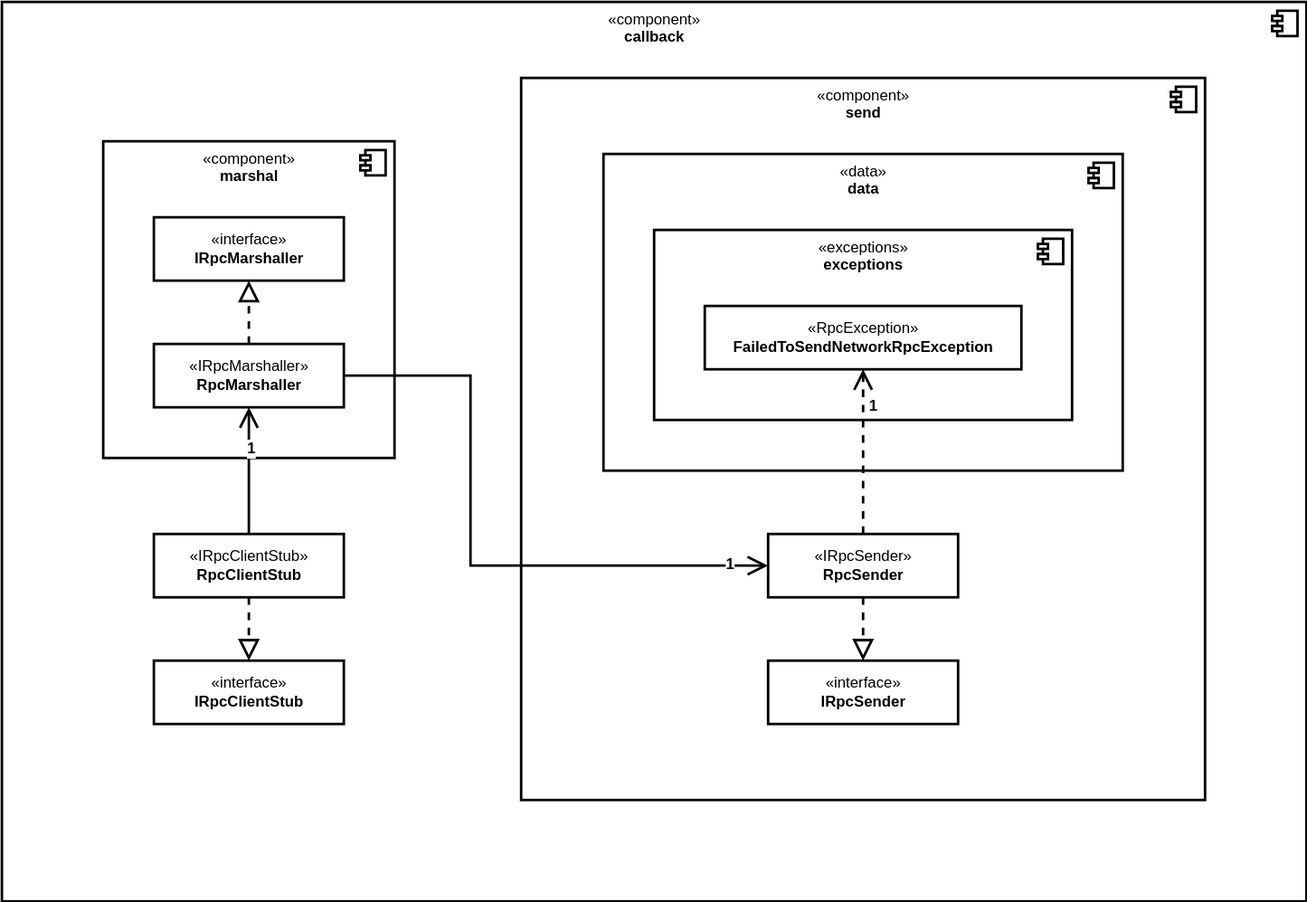
Earlier version of the draw.io export docs/middleware/diagrams/ClientStubClassDiagram.drawio.svg (HaniAlshikh/tron). Source tidied: cells renumbered, new cells last; positions are measured from the earlier drawing's top-left corner, leaving out a move shared by most shapes.
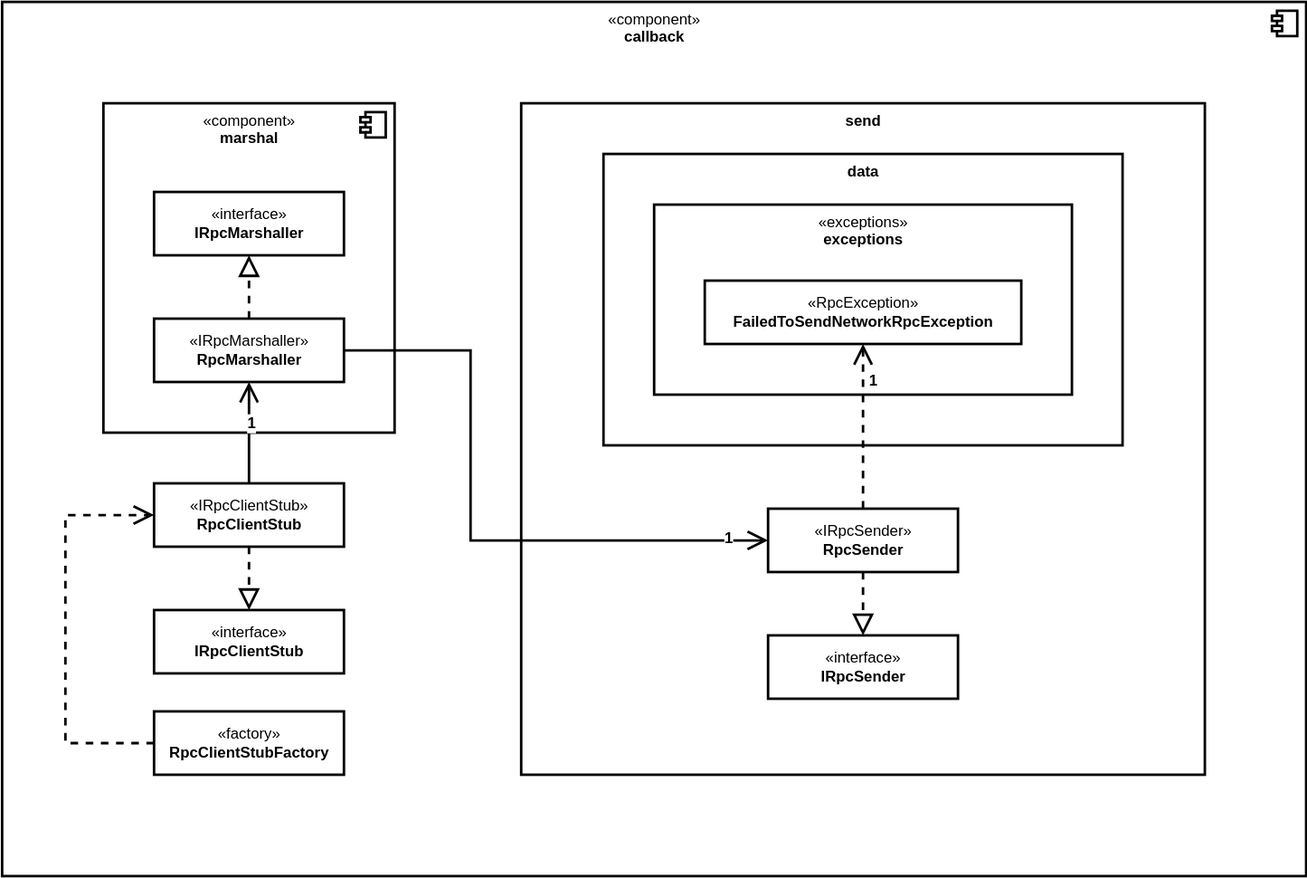
Later version of the same file.

What changed in the source:
```diff
@@ -3,42 +3,27 @@
     <mxCell id="0" />
     <mxCell id="1" parent="0" />
     <mxCell id="2" value="«component»&lt;b&gt;&lt;br&gt;callback&lt;/b&gt;" style="html=1;strokeWidth=2;align=center;verticalAlign=top;" parent="1" vertex="1">
-      <mxGeometry width="1030" height="710" as="geometry" />
+      <mxGeometry y="20" width="1030" height="690" as="geometry" />
     </mxCell>
     <mxCell id="3" style="shape=module;jettyWidth=8;jettyHeight=4;strokeWidth=2;align=center;verticalAlign=middle;" parent="2" vertex="1">
       <mxGeometry x="1" width="20" height="20" relative="1" as="geometry">
         <mxPoint x="-27" y="7" as="offset" />
       </mxGeometry>
     </mxCell>
-    <mxCell id="4" value="«component»&lt;br&gt;&lt;b&gt;send&lt;br&gt;&lt;/b&gt;" style="html=1;strokeWidth=2;align=center;verticalAlign=top;" parent="1" vertex="1">
-      <mxGeometry x="410" y="60" width="540" height="570" as="geometry" />
+    <mxCell id="4" value="&lt;b&gt;send&lt;br&gt;&lt;/b&gt;" style="html=1;strokeWidth=2;align=center;verticalAlign=top;" parent="1" vertex="1">
+      <mxGeometry x="410" y="100" width="540" height="530" as="geometry" />
     </mxCell>
-    <mxCell id="5" style="shape=module;jettyWidth=8;jettyHeight=4;strokeWidth=2;align=center;verticalAlign=middle;" parent="4" vertex="1">
-      <mxGeometry x="1" width="20" height="20" relative="1" as="geometry">
-        <mxPoint x="-27" y="7" as="offset" />
-      </mxGeometry>
-    </mxCell>
-    <mxCell id="6" value="«data»&lt;br&gt;&lt;b&gt;data&lt;br&gt;&lt;/b&gt;" style="html=1;strokeWidth=2;align=center;verticalAlign=top;" parent="1" vertex="1">
-      <mxGeometry x="475" y="120" width="410" height="250" as="geometry" />
+    <mxCell id="6" value="&lt;b&gt;data&lt;br&gt;&lt;/b&gt;" style="html=1;strokeWidth=2;align=center;verticalAlign=top;" parent="1" vertex="1">
+      <mxGeometry x="475" y="140" width="410" height="230" as="geometry" />
     </mxCell>
-    <mxCell id="7" style="shape=module;jettyWidth=8;jettyHeight=4;strokeWidth=2;align=center;verticalAlign=middle;" parent="6" vertex="1">
-      <mxGeometry x="1" width="20" height="20" relative="1" as="geometry">
-        <mxPoint x="-27" y="7" as="offset" />
-      </mxGeometry>
-    </mxCell>
     <mxCell id="8" value="«exceptions»&lt;br&gt;&lt;b&gt;exceptions&lt;br&gt;&lt;/b&gt;" style="html=1;strokeWidth=2;align=center;verticalAlign=top;" parent="1" vertex="1">
       <mxGeometry x="515" y="180" width="330" height="150" as="geometry" />
     </mxCell>
-    <mxCell id="9" style="shape=module;jettyWidth=8;jettyHeight=4;strokeWidth=2;align=center;verticalAlign=middle;" parent="8" vertex="1">
-      <mxGeometry x="1" width="20" height="20" relative="1" as="geometry">
-        <mxPoint x="-27" y="7" as="offset" />
-      </mxGeometry>
-    </mxCell>
     <mxCell id="10" value="«RpcException»&lt;br&gt;&lt;b&gt;FailedToSendNetworkRpcException&lt;/b&gt;" style="html=1;strokeWidth=2;" parent="1" vertex="1">
       <mxGeometry x="555" y="240" width="250" height="50" as="geometry" />
     </mxCell>
     <mxCell id="11" value="«component»&lt;br&gt;&lt;b&gt;marshal&lt;br&gt;&lt;/b&gt;" style="html=1;strokeWidth=2;align=center;verticalAlign=top;" parent="1" vertex="1">
-      <mxGeometry x="80" y="110" width="230" height="250" as="geometry" />
+      <mxGeometry x="80" y="100" width="230" height="260" as="geometry" />
     </mxCell>
     <mxCell id="12" style="shape=module;jettyWidth=8;jettyHeight=4;strokeWidth=2;align=center;verticalAlign=middle;" parent="11" vertex="1">
       <mxGeometry x="1" width="20" height="20" relative="1" as="geometry">
@@ -64,7 +49,7 @@
       <mxGeometry x="605" y="520" width="150" height="50" as="geometry" />
     </mxCell>
     <mxCell id="19" value="«IRpcClientStub»&lt;br&gt;&lt;b&gt;RpcClientStub&lt;/b&gt;" style="html=1;strokeWidth=2;" parent="1" vertex="1">
-      <mxGeometry x="120" y="420" width="150" height="50" as="geometry" />
+      <mxGeometry x="120" y="400" width="150" height="50" as="geometry" />
     </mxCell>
     <mxCell id="20" style="endArrow=block;dashed=1;endFill=0;endSize=12;html=1;fontSize=12;strokeWidth=2;" parent="1" edge="1" source="19" target="23">
       <mxGeometry relative="1" as="geometry" />
@@ -78,7 +63,7 @@
       </mxGeometry>
     </mxCell>
     <mxCell id="23" value="«interface»&lt;br&gt;&lt;b&gt;IRpcClientStub&lt;/b&gt;" style="html=1;strokeWidth=2;" parent="1" vertex="1">
-      <mxGeometry x="120" y="520" width="150" height="50" as="geometry" />
+      <mxGeometry x="120" y="500" width="150" height="50" as="geometry" />
     </mxCell>
     <mxCell id="24" style="endArrow=open;endSize=12;dashed=1;html=1;strokeWidth=2;" parent="1" edge="1" source="16" target="10">
       <mxGeometry relative="1" as="geometry" />
@@ -101,5 +86,16 @@
         <mxPoint x="8" y="-3" as="offset" />
       </mxGeometry>
     </mxCell>
+    <mxCell id="28" style="edgeStyle=orthogonalEdgeStyle;shape=connector;rounded=0;html=1;dashed=1;labelBackgroundColor=default;fontFamily=Helvetica;fontSize=11;fontColor=default;endArrow=open;endSize=12;strokeColor=default;strokeWidth=2;" parent="1" edge="1" source="29" target="19">
+      <mxGeometry relative="1" as="geometry">
+        <Array as="points">
+          <mxPoint x="50" y="605" />
+          <mxPoint x="50" y="425" />
+        </Array>
+      </mxGeometry>
+    </mxCell>
+    <mxCell id="29" value="«factory»&lt;br&gt;&lt;b&gt;RpcClientStubFactory&lt;/b&gt;" style="html=1;strokeWidth=2;" parent="1" vertex="1">
+      <mxGeometry x="120" y="580" width="150" height="50" as="geometry" />
+    </mxCell>
   </root>
 </mxGraphModel>
```
